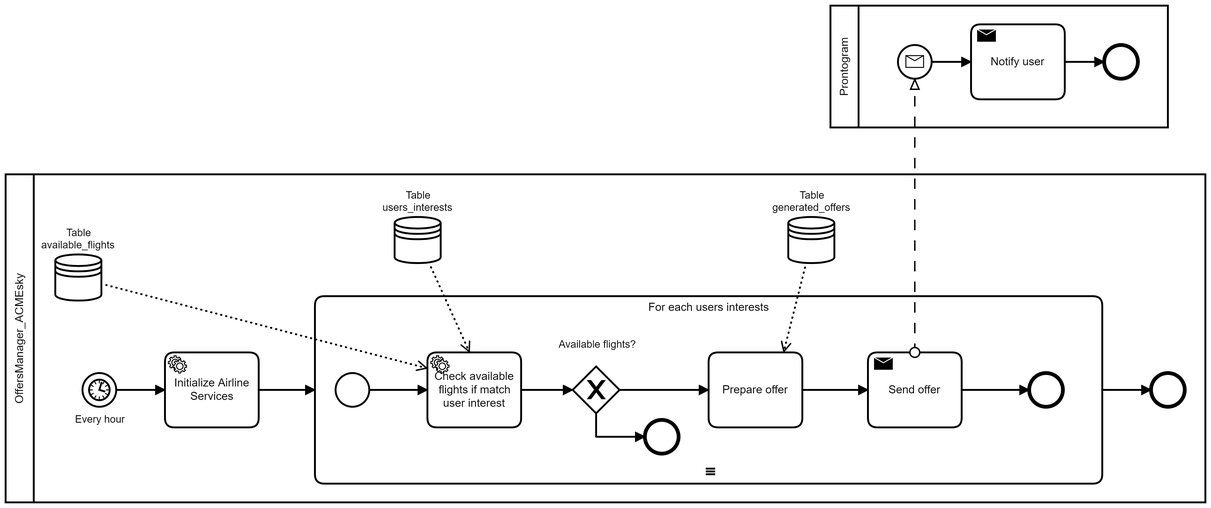
Earlier version of the BPMN export docs/bpmn/Flights-InterestMatching.png (Vallasc/ACMEsky). Its source is kept beside it as docs/bpmn/Flights-InterestMatching.bpmn. Ids are renumbered.
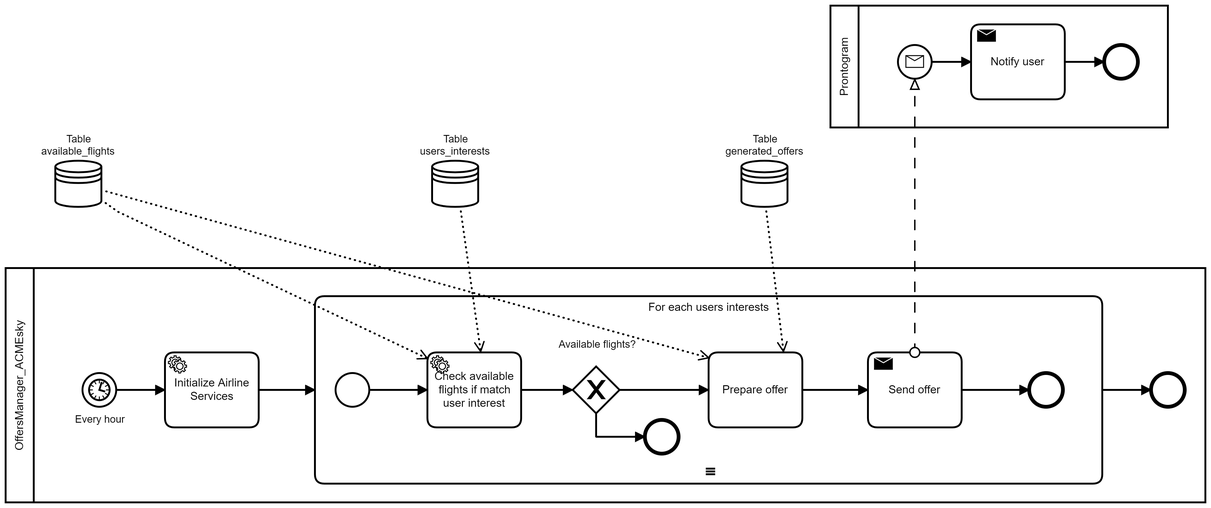
After the commit.

Diff of the diagram source:
```diff
@@ -16,7 +16,6 @@
     <bpmn:endEvent id="Event_n15">
       <bpmn:incoming>Flow_n16</bpmn:incoming>
     </bpmn:endEvent>
-    <bpmn:dataStoreReference id="DataStoreReference_n17" name="Table available_flights" />
     <bpmn:dataStoreReference id="DataStoreReference_n18" name="Table generated_offers" />
     <bpmn:dataStoreReference id="DataStoreReference_n19" name="Table users_interests" />
     <bpmn:subProcess id="Activity_n20" name="For each users interests">
@@ -62,6 +61,10 @@
           <bpmn:sourceRef>DataStoreReference_n18</bpmn:sourceRef>
           <bpmn:targetRef>Property_n36</bpmn:targetRef>
         </bpmn:dataInputAssociation>
+        <bpmn:dataInputAssociation id="DataInputAssociation_n43">
+          <bpmn:sourceRef>DataStoreReference_n17</bpmn:sourceRef>
+          <bpmn:targetRef>Property_n36</bpmn:targetRef>
+        </bpmn:dataInputAssociation>
       </bpmn:task>
       <bpmn:sequenceFlow id="Flow_n32" sourceRef="Activity_n35" targetRef="Activity_n8" />
       <bpmn:sequenceFlow id="Flow_n29" sourceRef="Gateway_n28" targetRef="Activity_n35">
@@ -77,6 +80,7 @@
     <bpmn:sequenceFlow id="Flow_n16" sourceRef="Activity_n20" targetRef="Event_n15" />
     <bpmn:sequenceFlow id="Flow_n12" sourceRef="Activity_n10" targetRef="Activity_n20" />
     <bpmn:sequenceFlow id="Flow_n11" sourceRef="Event_n13" targetRef="Activity_n10" />
+    <bpmn:dataStoreReference id="DataStoreReference_n17" name="Table available_flights" />
   </bpmn:process>
   <bpmn:process id="Process_n6" isExecutable="false">
     <bpmn:startEvent id="Event_n9">
@@ -96,19 +100,19 @@
   <bpmndi:BPMNDiagram id="BPMNDiagram_1">
     <bpmndi:BPMNPlane id="BPMNPlane_1" bpmnElement="Collaboration_n2">
       <bpmndi:BPMNShape id="Participant_n3_di" bpmnElement="Participant_n3" isHorizontal="true">
-        <dc:Bounds x="160" y="290" width="1280" height="350" />
+        <dc:Bounds x="160" y="390" width="1280" height="250" />
       </bpmndi:BPMNShape>
-      <bpmndi:BPMNEdge id="Flow_n16_di" bpmnElement="Flow_n16">
-        <di:waypoint x="1330" y="520" />
-        <di:waypoint x="1382" y="520" />
+      <bpmndi:BPMNEdge id="Flow_n11_di" bpmnElement="Flow_n11">
+        <di:waypoint x="278" y="520" />
+        <di:waypoint x="330" y="520" />
       </bpmndi:BPMNEdge>
       <bpmndi:BPMNEdge id="Flow_n12_di" bpmnElement="Flow_n12">
         <di:waypoint x="430" y="520" />
         <di:waypoint x="490" y="520" />
       </bpmndi:BPMNEdge>
-      <bpmndi:BPMNEdge id="Flow_n11_di" bpmnElement="Flow_n11">
-        <di:waypoint x="278" y="520" />
-        <di:waypoint x="330" y="520" />
+      <bpmndi:BPMNEdge id="Flow_n16_di" bpmnElement="Flow_n16">
+        <di:waypoint x="1330" y="520" />
+        <di:waypoint x="1382" y="520" />
       </bpmndi:BPMNEdge>
       <bpmndi:BPMNShape id="Activity_n10_di" bpmnElement="Activity_n10">
         <dc:Bounds x="330" y="480" width="100" height="80" />
@@ -121,24 +125,6 @@
       </bpmndi:BPMNShape>
       <bpmndi:BPMNShape id="Event_n15_di" bpmnElement="Event_n15">
         <dc:Bounds x="1382" y="502" width="36" height="36" />
-      </bpmndi:BPMNShape>
-      <bpmndi:BPMNShape id="DataStoreReference_n17_di" bpmnElement="DataStoreReference_n17">
-        <dc:Bounds x="213" y="375" width="50" height="50" />
-        <bpmndi:BPMNLabel>
-          <dc:Bounds x="198" y="346" width="79" height="27" />
-        </bpmndi:BPMNLabel>
-      </bpmndi:BPMNShape>
-      <bpmndi:BPMNShape id="DataStoreReference_n18_di" bpmnElement="DataStoreReference_n18">
-        <dc:Bounds x="995" y="335" width="50" height="50" />
-        <bpmndi:BPMNLabel>
-          <dc:Bounds x="978" y="306" width="84" height="27" />
-        </bpmndi:BPMNLabel>
-      </bpmndi:BPMNShape>
-      <bpmndi:BPMNShape id="DataStoreReference_n19_di" bpmnElement="DataStoreReference_n19">
-        <dc:Bounds x="575" y="335" width="50" height="50" />
-        <bpmndi:BPMNLabel>
-          <dc:Bounds x="562" y="306" width="76" height="27" />
-        </bpmndi:BPMNLabel>
       </bpmndi:BPMNShape>
       <bpmndi:BPMNShape id="Activity_n20_di" bpmnElement="Activity_n20" isExpanded="true">
         <dc:Bounds x="490" y="420" width="840" height="200" />
@@ -195,13 +181,13 @@
       <bpmndi:BPMNShape id="Participant_n5_di" bpmnElement="Participant_n5" isHorizontal="true">
         <dc:Bounds x="1040" y="110" width="360" height="130" />
       </bpmndi:BPMNShape>
+      <bpmndi:BPMNEdge id="Flow_n41_di" bpmnElement="Flow_n41">
+        <di:waypoint x="1290" y="170" />
+        <di:waypoint x="1332" y="170" />
+      </bpmndi:BPMNEdge>
       <bpmndi:BPMNEdge id="Flow_n38_di" bpmnElement="Flow_n38">
         <di:waypoint x="1148" y="170" />
         <di:waypoint x="1190" y="170" />
-      </bpmndi:BPMNEdge>
-      <bpmndi:BPMNEdge id="Flow_n41_di" bpmnElement="Flow_n41">
-        <di:waypoint x="1290" y="170" />
-        <di:waypoint x="1332" y="170" />
       </bpmndi:BPMNEdge>
       <bpmndi:BPMNShape id="Event_n9_di" bpmnElement="Event_n9">
         <dc:Bounds x="1112" y="152" width="36" height="36" />
@@ -212,22 +198,45 @@
       <bpmndi:BPMNShape id="Activity_n42_di" bpmnElement="Activity_n42">
         <dc:Bounds x="1190" y="130" width="100" height="80" />
       </bpmndi:BPMNShape>
+      <bpmndi:BPMNShape id="DataStoreReference_n17_di" bpmnElement="DataStoreReference_n17">
+        <dc:Bounds x="213" y="275" width="50" height="50" />
+        <bpmndi:BPMNLabel>
+          <dc:Bounds x="198" y="246" width="79" height="27" />
+        </bpmndi:BPMNLabel>
+      </bpmndi:BPMNShape>
+      <bpmndi:BPMNShape id="DataStoreReference_n19_di" bpmnElement="DataStoreReference_n19">
+        <dc:Bounds x="615" y="275" width="50" height="50" />
+        <bpmndi:BPMNLabel>
+          <dc:Bounds x="602" y="246" width="76" height="27" />
+        </bpmndi:BPMNLabel>
+      </bpmndi:BPMNShape>
+      <bpmndi:BPMNShape id="DataStoreReference_n18_di" bpmnElement="DataStoreReference_n18">
+        <dc:Bounds x="945" y="275" width="50" height="50" />
+        <bpmndi:BPMNLabel>
+          <dc:Bounds x="928" y="246" width="84" height="27" />
+        </bpmndi:BPMNLabel>
+      </bpmndi:BPMNShape>
       <bpmndi:BPMNEdge id="DataInputAssociation_n26_di" bpmnElement="DataInputAssociation_n26">
-        <di:waypoint x="263" y="407" />
-        <di:waypoint x="610" y="497" />
+        <di:waypoint x="263" y="318" />
+        <di:waypoint x="280" y="330" />
+        <di:waypoint x="611" y="487" />
+      </bpmndi:BPMNEdge>
+      <bpmndi:BPMNEdge id="DataInputAssociation_n27_di" bpmnElement="DataInputAssociation_n27">
+        <di:waypoint x="645" y="325" />
+        <di:waypoint x="667" y="480" />
       </bpmndi:BPMNEdge>
       <bpmndi:BPMNEdge id="DataInputAssociation_n37_di" bpmnElement="DataInputAssociation_n37">
-        <di:waypoint x="1014" y="385" />
+        <di:waypoint x="971" y="325" />
         <di:waypoint x="990" y="480" />
-      </bpmndi:BPMNEdge>
-      <bpmndi:BPMNEdge id="DataInputAssociation_n27_di" bpmnElement="DataInputAssociation_n27">
-        <di:waypoint x="612" y="385" />
-        <di:waypoint x="655" y="480" />
       </bpmndi:BPMNEdge>
       <bpmndi:BPMNEdge id="Flow_n7_di" bpmnElement="Flow_n7">
         <di:waypoint x="1130" y="480" />
         <di:waypoint x="1130" y="188" />
       </bpmndi:BPMNEdge>
+      <bpmndi:BPMNEdge id="DataInputAssociation_n43_di" bpmnElement="DataInputAssociation_n43">
+        <di:waypoint x="263" y="307" />
+        <di:waypoint x="911" y="486" />
+      </bpmndi:BPMNEdge>
     </bpmndi:BPMNPlane>
   </bpmndi:BPMNDiagram>
 </bpmn:definitions>
```
